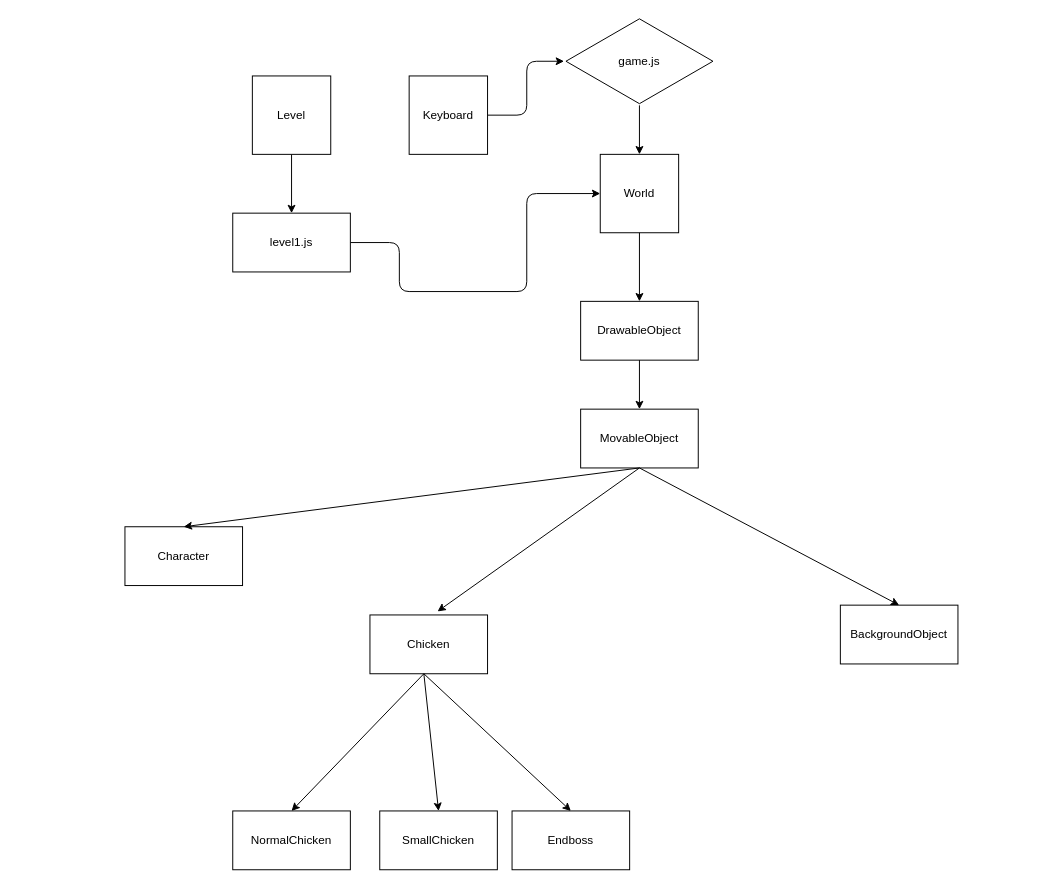
Above: structure.drawio in Dragan-87/el-pollo-loco (draw.io), before the change. Source tidied: cells renumbered, new cells numbered last; positions are measured from the earlier drawing's top-left corner, leaving out a move shared by most shapes. Both pictures are drawn from the tidied source at 98%, with x=0, y=0 at pixel (124, 17).
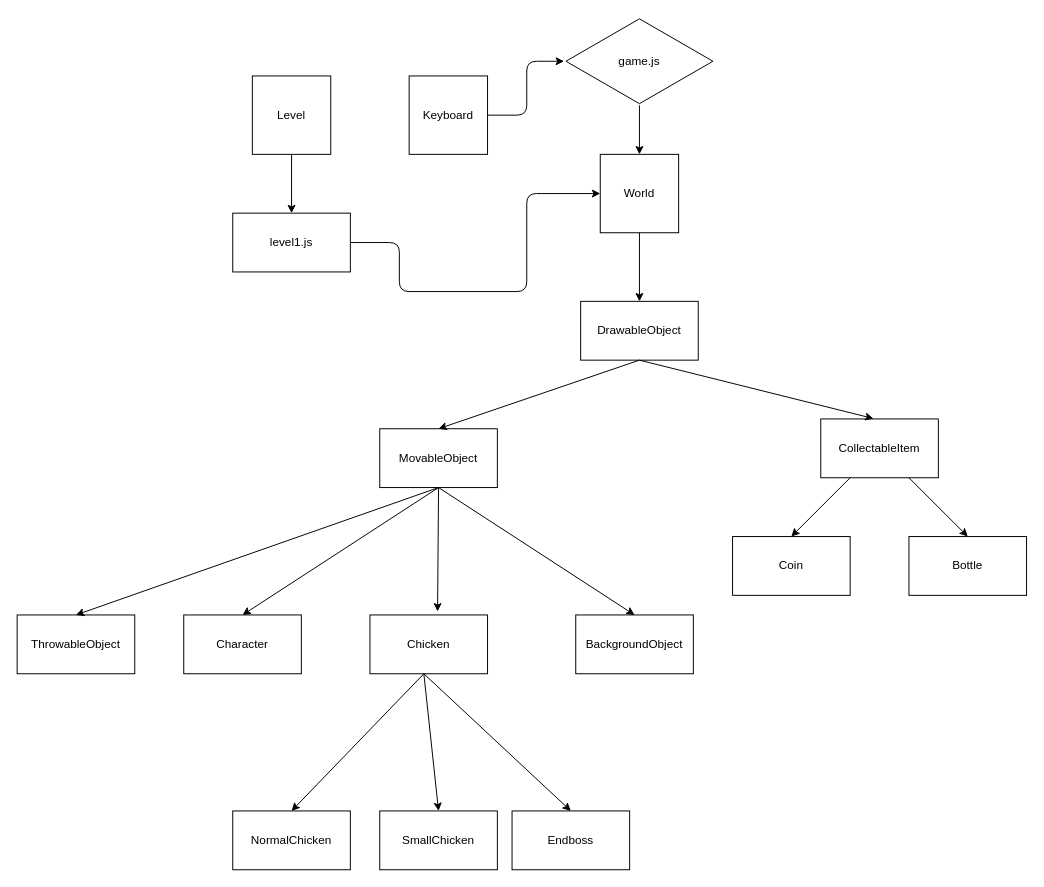
After the change.

Commit message (it also covers changes not shown here):
Entfernen Sie die Klasse EndScreen und aktualisieren Sie die Struktur.drawio-Datei

The change refers to these unchanged cells:
```xml
<mxCell id="15" value="DrawableObject" style="rounded=0;whiteSpace=wrap;html=1;" parent="1" vertex="1">
  <mxGeometry x="465" y="290" width="120" height="60" as="geometry" />
</mxCell>
```

The edit, as a diff of the source:
```diff
@@
     <mxCell id="3" value="MovableObject" style="rounded=0;whiteSpace=wrap;html=1;" parent="1" vertex="1">
-      <mxGeometry x="465" y="400" width="120" height="60" as="geometry" />
+      <mxGeometry x="260" y="420" width="120" height="60" as="geometry" />
     </mxCell>
     <mxCell id="4" value="Character" style="rounded=0;whiteSpace=wrap;html=1;" parent="1" vertex="1">
-      <mxGeometry y="520" width="120" height="60" as="geometry" />
+      <mxGeometry x="60" y="610" width="120" height="60" as="geometry" />
     </mxCell>
@@
     <mxCell id="6" value="BackgroundObject" style="rounded=0;whiteSpace=wrap;html=1;" parent="1" vertex="1">
-      <mxGeometry x="730" y="600" width="120" height="60" as="geometry" />
+      <mxGeometry x="460" y="610" width="120" height="60" as="geometry" />
     </mxCell>
@@
+    <mxCell id="27" value="CollectableItem" style="rounded=0;whiteSpace=wrap;html=1;" parent="1" vertex="1">
+      <mxGeometry x="710" y="410" width="120" height="60" as="geometry" />
+    </mxCell>
+    <mxCell id="28" style="endArrow=classic;html=1;exitX=0.5;exitY=1;exitDx=0;exitDy=0;entryX=0.448;entryY=-0.007;entryDx=0;entryDy=0;entryPerimeter=0;" parent="1" edge="1" source="15" target="27">
+      <mxGeometry relative="1" as="geometry" />
+    </mxCell>
+    <mxCell id="29" value="Coin" style="rounded=0;whiteSpace=wrap;html=1;" parent="1" vertex="1">
+      <mxGeometry x="620" y="530" width="120" height="60" as="geometry" />
+    </mxCell>
+    <mxCell id="30" value="Bottle" style="rounded=0;whiteSpace=wrap;html=1;" parent="1" vertex="1">
+      <mxGeometry x="800" y="530" width="120" height="60" as="geometry" />
+    </mxCell>
+    <mxCell id="31" style="endArrow=classic;html=1;entryX=0.5;entryY=0;entryDx=0;entryDy=0;exitX=0.25;exitY=1;exitDx=0;exitDy=0;" parent="1" edge="1" source="27" target="29">
+      <mxGeometry relative="1" as="geometry" />
+    </mxCell>
+    <mxCell id="32" style="endArrow=classic;html=1;entryX=0.5;entryY=0;entryDx=0;entryDy=0;exitX=0.75;exitY=1;exitDx=0;exitDy=0;" parent="1" edge="1" source="27" target="30">
+      <mxGeometry relative="1" as="geometry" />
+    </mxCell>
+    <mxCell id="33" value="ThrowableObject" style="rounded=0;whiteSpace=wrap;html=1;" parent="1" vertex="1">
+      <mxGeometry x="-110" y="610" width="120" height="60" as="geometry" />
+    </mxCell>
+    <mxCell id="34" style="endArrow=classic;html=1;entryX=0.5;entryY=0;entryDx=0;entryDy=0;" parent="1" edge="1" target="33">
+      <mxGeometry relative="1" as="geometry">
+        <mxPoint x="320" y="480" as="sourcePoint" />
+      </mxGeometry>
+    </mxCell>
```
